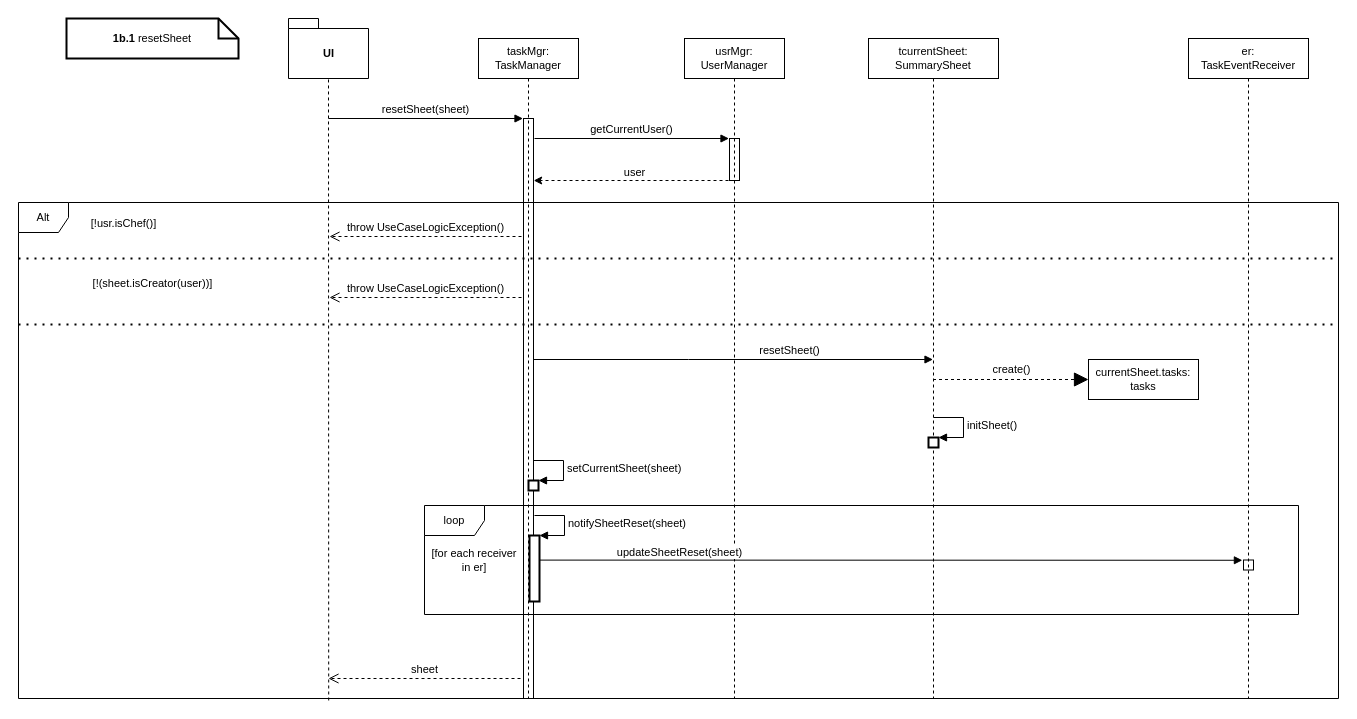
Earlier version of the draw.io diagram page "1b.1" (3 of 15) of Gestire i compiti/Ideazione/Gestire i compiti (DSD).drawio (cortosi/Development-of-Software-Applications-2021-2022). Source tidied: cells renumbered, new cells numbered last; positions are measured from the earlier drawing's top-left corner, leaving out a move shared by most shapes. Both pictures are drawn from the tidied source at 100%, with x=0, y=0 at pixel (18, 18).
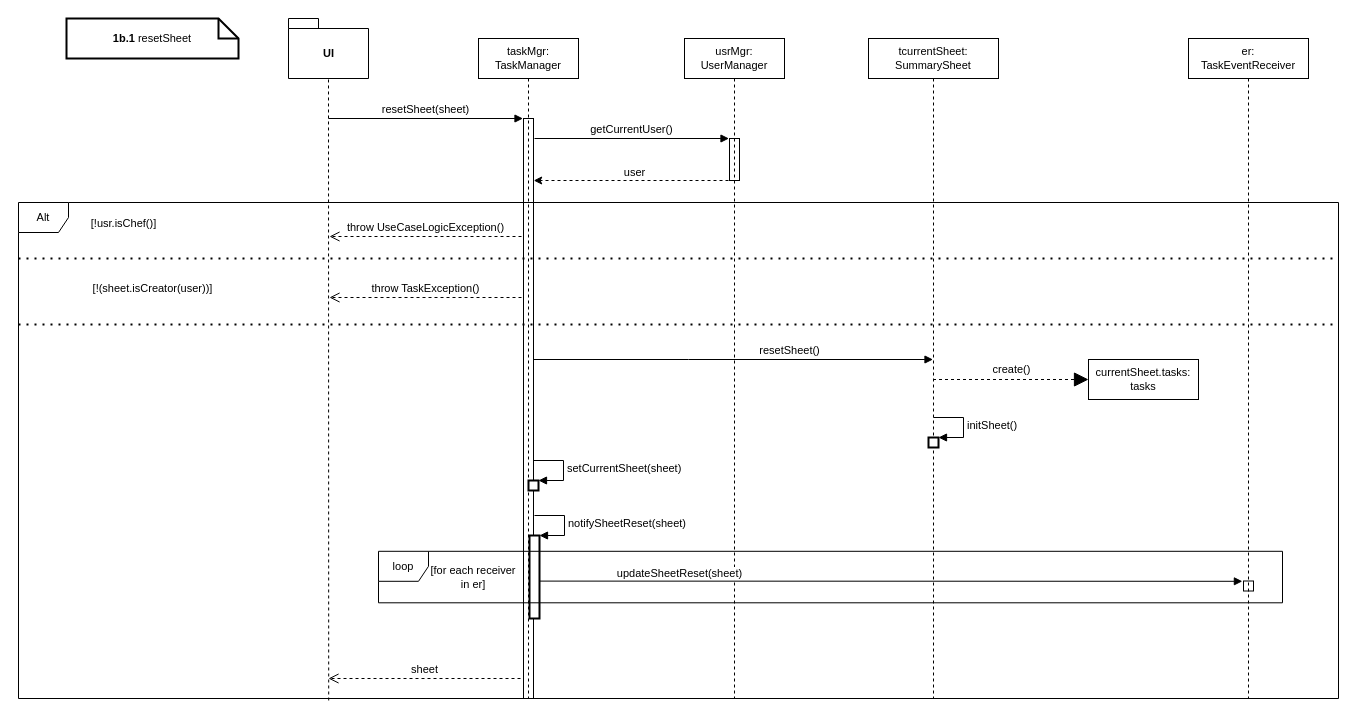
After the change.

The change refers to these unchanged cells:
```xml
<mxCell id="29" value="er:&lt;br style=&quot;font-size: 11px;&quot;&gt;TaskEventReceiver" style="shape=umlLifeline;perimeter=lifelinePerimeter;whiteSpace=wrap;html=1;fontFamily=SF UI Text;fontSize=11;" parent="1" vertex="1">
  <mxGeometry x="1170" y="20" width="120" height="660" as="geometry" />
</mxCell>
```

Diff of the diagram source:
```diff
@@
-    <mxCell id="24" value="loop" style="shape=umlFrame;whiteSpace=wrap;html=1;fontFamily=SF UI Text;fillColor=none;fontSize=11;" parent="1" vertex="1">
-      <mxGeometry x="406" y="487" width="874" height="109" as="geometry" />
-    </mxCell>
@@
     <mxCell id="26" style="html=1;points=[];perimeter=orthogonalPerimeter;fontFamily=SF UI Text;fontSize=11;strokeWidth=2;fillColor=default;" parent="1" vertex="1">
-      <mxGeometry x="511" y="517" width="10" height="66" as="geometry" />
+      <mxGeometry x="511" y="517" width="10" height="83" as="geometry" />
     </mxCell>
     <mxCell id="27" value="[for each receiver in er]" style="text;html=1;strokeColor=none;fillColor=none;align=center;verticalAlign=middle;whiteSpace=wrap;rounded=0;fontFamily=SF UI Text;fontSize=11;" parent="1" vertex="1">
-      <mxGeometry x="411" y="527" width="90" height="30" as="geometry" />
+      <mxGeometry x="410" y="543.5" width="90" height="30" as="geometry" />
     </mxCell>
-    <mxCell id="28" value="updateSheetReset(sheet)" style="html=1;verticalAlign=bottom;endArrow=block;rounded=0;fontFamily=SF UI Text;fontSize=11;entryX=-0.11;entryY=0.027;entryDx=0;entryDy=0;entryPerimeter=0;" parent="1" edge="1" target="30">
+    <mxCell id="28" value="updateSheetReset(sheet)" style="html=1;verticalAlign=bottom;endArrow=block;rounded=0;fontFamily=SF UI Text;fontSize=11;entryX=-0.11;entryY=0.027;entryDx=0;entryDy=0;entryPerimeter=0;" parent="1" edge="1">
       <mxGeometry x="-0.6" y="-1" relative="1" as="geometry">
-        <mxPoint x="521.5" y="541.6" as="sourcePoint" />
+        <mxPoint x="521.5" y="562.6" as="sourcePoint" />
+        <mxPoint x="1223.9" y="562.8" as="targetPoint" />
       </mxGeometry>
     </mxCell>
@@
     <mxCell id="30" style="html=1;points=[];perimeter=orthogonalPerimeter;fillColor=none;fontFamily=SF UI Text;fontSize=11;" parent="29" vertex="1">
-      <mxGeometry x="55" y="521.5" width="10" height="10" as="geometry" />
+      <mxGeometry x="55" y="542.5" width="10" height="10" as="geometry" />
     </mxCell>
@@
     <mxCell id="32" value="&lt;span style=&quot;font-size: 11px;&quot;&gt;[!(sheet.isCreator(user))]&lt;/span&gt;" style="text;html=1;align=center;verticalAlign=middle;strokeColor=none;fillColor=none;fontFamily=SF UI Text;fontSize=11;" parent="1" vertex="1">
-      <mxGeometry x="59" y="250" width="150" height="30" as="geometry" />
+      <mxGeometry x="59" y="255" width="150" height="30" as="geometry" />
     </mxCell>
-    <mxCell id="33" value="throw UseCaseLogicException()" style="html=1;verticalAlign=bottom;endArrow=open;dashed=1;endSize=8;rounded=0;entryX=0.48;entryY=0.191;entryDx=0;entryDy=0;entryPerimeter=0;fontFamily=SF UI Text;fontSize=11;" parent="1" edge="1">
+    <mxCell id="33" value="throw TaskException()" style="html=1;verticalAlign=bottom;endArrow=open;dashed=1;endSize=8;rounded=0;entryX=0.48;entryY=0.191;entryDx=0;entryDy=0;entryPerimeter=0;fontFamily=SF UI Text;fontSize=11;" parent="1" edge="1">
       <mxGeometry relative="1" as="geometry">
         <mxPoint x="503" y="279" as="sourcePoint" />
         <mxPoint x="311" y="279" as="targetPoint" />
       </mxGeometry>
     </mxCell>
@@
+    <mxCell id="24" value="loop" style="shape=umlFrame;whiteSpace=wrap;html=1;fontFamily=SF UI Text;fillColor=none;fontSize=11;width=50;height=30;" parent="1" vertex="1">
+      <mxGeometry x="360" y="532.8" width="904" height="51.5" as="geometry" />
+    </mxCell>
```
